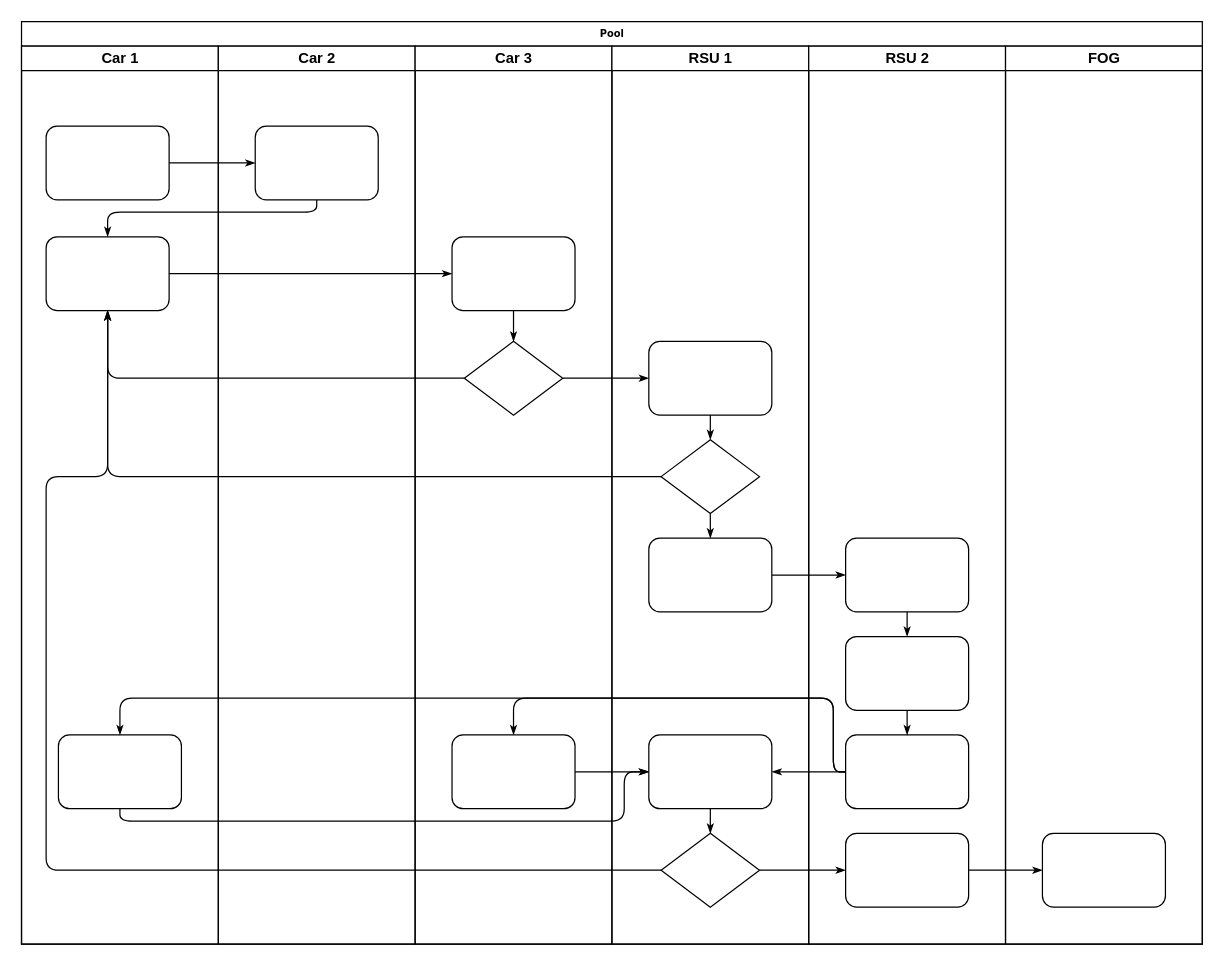
Before: .drawio in Gustominox/FOVNET, a draw.io diagram. Source tidied: cells renumbered, new cells numbered last; positions are measured from the earlier drawing's top-left corner, leaving out a move shared by most shapes. Both pictures are drawn from the tidied source at 123%, with x=0, y=0 at pixel (21, 21).
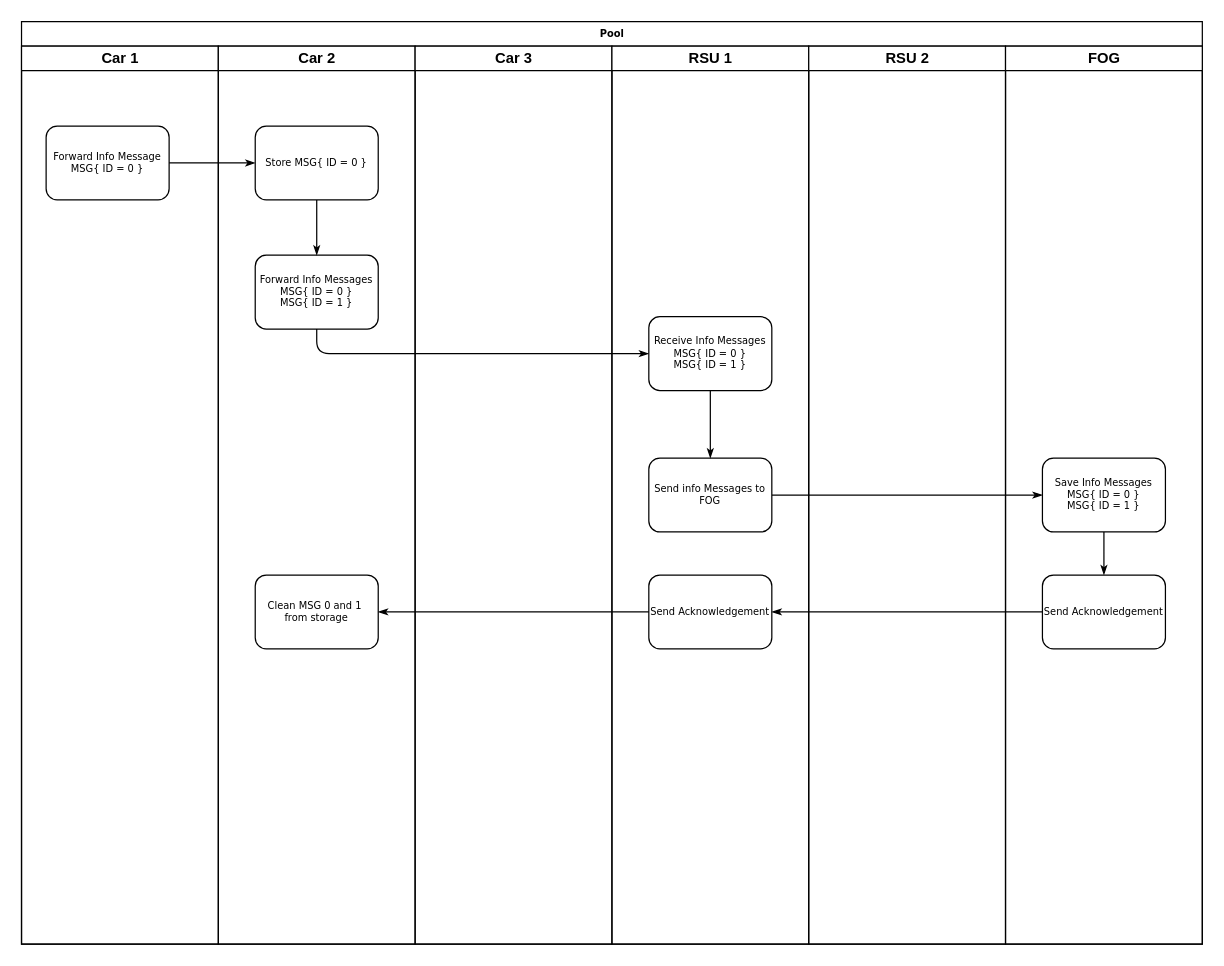
Above is the later version.

Commit message:
chore: update diagram for simple forward

The change refers to these unchanged cells:
```xml
<mxCell id="2" value="Pool" style="swimlane;html=1;startSize=20;rounded=0;shadow=0;labelBackgroundColor=none;strokeWidth=1;fontFamily=Verdana;fontSize=8;align=center;" parent="1" vertex="1">
  <mxGeometry width="960" height="750" as="geometry" />
</mxCell>
<mxCell id="3" value="Car 1" style="swimlane;html=1;startSize=20;" parent="2" vertex="1">
  <mxGeometry y="20" width="160" height="730" as="geometry" />
</mxCell>
<mxCell id="22" value="Car 2" style="swimlane;html=1;startSize=20;" parent="2" vertex="1">
  <mxGeometry x="160" y="20" width="160" height="730" as="geometry" />
</mxCell>
<mxCell id="24" value="Car 3" style="swimlane;html=1;startSize=20;" parent="2" vertex="1">
  <mxGeometry x="320" y="20" width="160" height="730" as="geometry" />
</mxCell>
<mxCell id="29" value="RSU 1" style="swimlane;html=1;startSize=20;" parent="2" vertex="1">
  <mxGeometry x="480" y="20" width="160" height="730" as="geometry" />
</mxCell>
<mxCell id="38" value="RSU 2" style="swimlane;html=1;startSize=20;" parent="2" vertex="1">
  <mxGeometry x="640" y="20" width="160" height="730" as="geometry" />
</mxCell>
<mxCell id="45" value="FOG" style="swimlane;html=1;startSize=20;" parent="2" vertex="1">
  <mxGeometry x="800" y="20" width="160" height="730" as="geometry" />
</mxCell>
```

The edit, as a diff of the source:
```diff
@@
-    <mxCell id="4" style="rounded=1;whiteSpace=wrap;html=1;shadow=0;labelBackgroundColor=none;strokeWidth=1;fontFamily=Verdana;fontSize=8;align=center;" parent="3" vertex="1">
+    <mxCell id="4" value="Forward Info Message&lt;br&gt;MSG{&amp;nbsp;&lt;span style=&quot;background-color: transparent; color: light-dark(rgb(0, 0, 0), rgb(255, 255, 255));&quot;&gt;ID = 0&amp;nbsp;&lt;/span&gt;&lt;span style=&quot;background-color: transparent; color: light-dark(rgb(0, 0, 0), rgb(255, 255, 255));&quot;&gt;}&lt;/span&gt;" style="rounded=1;whiteSpace=wrap;html=1;shadow=0;labelBackgroundColor=none;strokeWidth=1;fontFamily=Verdana;fontSize=8;align=center;" parent="3" vertex="1">
       <mxGeometry x="20" y="65" width="100" height="60" as="geometry" />
     </mxCell>
-    <mxCell id="5" style="rounded=1;whiteSpace=wrap;html=1;shadow=0;labelBackgroundColor=none;strokeWidth=1;fontFamily=Verdana;fontSize=8;align=center;" parent="3" vertex="1">
-      <mxGeometry x="20" y="155" width="100" height="60" as="geometry" />
-    </mxCell>
-    <mxCell id="6" style="rounded=1;whiteSpace=wrap;html=1;shadow=0;labelBackgroundColor=none;strokeWidth=1;fontFamily=Verdana;fontSize=8;align=center;" parent="3" vertex="1">
-      <mxGeometry x="30" y="560" width="100" height="60" as="geometry" />
-    </mxCell>
@@
-    <mxCell id="8" style="edgeStyle=orthogonalEdgeStyle;rounded=1;html=1;labelBackgroundColor=none;startArrow=none;startFill=0;startSize=5;endArrow=classicThin;endFill=1;endSize=5;jettySize=auto;strokeWidth=1;fontFamily=Verdana;fontSize=8;" parent="2" edge="1" source="23" target="5">
-      <mxGeometry relative="1" as="geometry">
-        <Array as="points">
-          <mxPoint x="240" y="155" />
-          <mxPoint x="70" y="155" />
-        </Array>
-      </mxGeometry>
-    </mxCell>
-    <mxCell id="9" style="edgeStyle=orthogonalEdgeStyle;rounded=1;html=1;labelBackgroundColor=none;startArrow=none;startFill=0;startSize=5;endArrow=classicThin;endFill=1;endSize=5;jettySize=auto;strokeWidth=1;fontFamily=Verdana;fontSize=8;" parent="2" edge="1" source="5" target="25">
-      <mxGeometry relative="1" as="geometry" />
-    </mxCell>
-    <mxCell id="10" style="edgeStyle=orthogonalEdgeStyle;rounded=1;html=1;labelBackgroundColor=none;startArrow=none;startFill=0;startSize=5;endArrow=classicThin;endFill=1;endSize=5;jettySize=auto;strokeWidth=1;fontFamily=Verdana;fontSize=8;" parent="2" edge="1" source="26" target="5">
-      <mxGeometry relative="1" as="geometry" />
-    </mxCell>
-    <mxCell id="11" style="edgeStyle=orthogonalEdgeStyle;rounded=1;html=1;labelBackgroundColor=none;startArrow=none;startFill=0;startSize=5;endArrow=classicThin;endFill=1;endSize=5;jettySize=auto;strokeWidth=1;fontFamily=Verdana;fontSize=8;" parent="2" edge="1" source="31" target="5">
-      <mxGeometry relative="1" as="geometry" />
-    </mxCell>
-    <mxCell id="12" style="edgeStyle=orthogonalEdgeStyle;rounded=1;html=1;labelBackgroundColor=none;startArrow=none;startFill=0;startSize=5;endArrow=classicThin;endFill=1;endSize=5;jettySize=auto;strokeWidth=1;fontFamily=Verdana;fontSize=8;" parent="2" edge="1" source="34" target="5">
-      <mxGeometry relative="1" as="geometry">
-        <Array as="points">
-          <mxPoint x="20" y="690" />
-          <mxPoint x="20" y="370" />
-          <mxPoint x="70" y="370" />
-        </Array>
-      </mxGeometry>
-    </mxCell>
-    <mxCell id="13" style="edgeStyle=orthogonalEdgeStyle;rounded=1;html=1;labelBackgroundColor=none;startArrow=none;startFill=0;startSize=5;endArrow=classicThin;endFill=1;endSize=5;jettySize=auto;strokeWidth=1;fontFamily=Verdana;fontSize=8;" parent="2" edge="1" source="26" target="30">
+    <mxCell id="13" style="edgeStyle=orthogonalEdgeStyle;rounded=1;html=1;labelBackgroundColor=none;startArrow=none;startFill=0;startSize=5;endArrow=classicThin;endFill=1;endSize=5;jettySize=auto;strokeWidth=1;fontFamily=Verdana;fontSize=8;exitX=0.5;exitY=1;exitDx=0;exitDy=0;" parent="2" edge="1" source="5" target="30">
       <mxGeometry relative="1" as="geometry" />
     </mxCell>
-    <mxCell id="14" style="edgeStyle=orthogonalEdgeStyle;rounded=1;html=1;labelBackgroundColor=none;startArrow=none;startFill=0;startSize=5;endArrow=classicThin;endFill=1;endSize=5;jettySize=auto;strokeWidth=1;fontFamily=Verdana;fontSize=8;" parent="2" edge="1" source="34" target="42">
-      <mxGeometry relative="1" as="geometry" />
-    </mxCell>
-    <mxCell id="15" style="edgeStyle=orthogonalEdgeStyle;rounded=1;html=1;labelBackgroundColor=none;startArrow=none;startFill=0;startSize=5;endArrow=classicThin;endFill=1;endSize=5;jettySize=auto;strokeWidth=1;fontFamily=Verdana;fontSize=8;" parent="2" edge="1" source="42" target="46">
-      <mxGeometry relative="1" as="geometry" />
-    </mxCell>
-    <mxCell id="16" style="edgeStyle=orthogonalEdgeStyle;rounded=1;html=1;labelBackgroundColor=none;startArrow=none;startFill=0;startSize=5;endArrow=classicThin;endFill=1;endSize=5;jettySize=auto;strokeWidth=1;fontFamily=Verdana;fontSize=8;" parent="2" edge="1" source="32" target="39">
+    <mxCell id="16" style="edgeStyle=orthogonalEdgeStyle;rounded=1;html=1;labelBackgroundColor=none;startArrow=none;startFill=0;startSize=5;endArrow=classicThin;endFill=1;endSize=5;jettySize=auto;strokeWidth=1;fontFamily=Verdana;fontSize=8;exitX=1;exitY=0.5;exitDx=0;exitDy=0;entryX=0;entryY=0.5;entryDx=0;entryDy=0;" parent="2" edge="1" source="47" target="49">
       <mxGeometry relative="1" as="geometry" />
     </mxCell>
-    <mxCell id="17" style="edgeStyle=orthogonalEdgeStyle;rounded=1;html=1;labelBackgroundColor=none;startArrow=none;startFill=0;startSize=5;endArrow=classicThin;endFill=1;endSize=5;jettySize=auto;strokeWidth=1;fontFamily=Verdana;fontSize=8;" parent="2" edge="1" source="41" target="27">
-      <mxGeometry relative="1" as="geometry">
-        <Array as="points">
-          <mxPoint x="660" y="610" />
-          <mxPoint x="660" y="550" />
-          <mxPoint x="400" y="550" />
-        </Array>
-      </mxGeometry>
-    </mxCell>
-    <mxCell id="18" style="edgeStyle=orthogonalEdgeStyle;rounded=1;html=1;labelBackgroundColor=none;startArrow=none;startFill=0;startSize=5;endArrow=classicThin;endFill=1;endSize=5;jettySize=auto;strokeColor=#000000;strokeWidth=1;fontFamily=Verdana;fontSize=8;fontColor=#000000;" parent="2" edge="1" source="41" target="33">
-      <mxGeometry relative="1" as="geometry" />
-    </mxCell>
-    <mxCell id="19" style="edgeStyle=orthogonalEdgeStyle;rounded=1;html=1;labelBackgroundColor=none;startArrow=none;startFill=0;startSize=5;endArrow=classicThin;endFill=1;endSize=5;jettySize=auto;strokeWidth=1;fontFamily=Verdana;fontSize=8;" parent="2" edge="1" source="41" target="6">
-      <mxGeometry relative="1" as="geometry">
-        <Array as="points">
-          <mxPoint x="660" y="610" />
-          <mxPoint x="660" y="550" />
-          <mxPoint x="80" y="550" />
-        </Array>
-      </mxGeometry>
-    </mxCell>
-    <mxCell id="20" style="edgeStyle=orthogonalEdgeStyle;rounded=1;html=1;labelBackgroundColor=none;startArrow=none;startFill=0;startSize=5;endArrow=classicThin;endFill=1;endSize=5;jettySize=auto;strokeWidth=1;fontFamily=Verdana;fontSize=8;" parent="2" edge="1" source="6" target="33">
-      <mxGeometry relative="1" as="geometry">
-        <Array as="points">
-          <mxPoint x="80" y="650" />
-          <mxPoint x="490" y="650" />
-          <mxPoint x="490" y="610" />
-        </Array>
-      </mxGeometry>
-    </mxCell>
-    <mxCell id="21" style="edgeStyle=orthogonalEdgeStyle;rounded=1;html=1;labelBackgroundColor=none;startArrow=none;startFill=0;startSize=5;endArrow=classicThin;endFill=1;endSize=5;jettySize=auto;strokeWidth=1;fontFamily=Verdana;fontSize=8;" parent="2" edge="1" source="27" target="33">
-      <mxGeometry relative="1" as="geometry" />
-    </mxCell>
@@
-    <mxCell id="23" style="rounded=1;whiteSpace=wrap;html=1;shadow=0;labelBackgroundColor=none;strokeWidth=1;fontFamily=Verdana;fontSize=8;align=center;" parent="22" vertex="1">
+    <mxCell id="23" value="Store MSG{&amp;nbsp;&lt;span style=&quot;color: light-dark(rgb(0, 0, 0), rgb(255, 255, 255)); background-color: transparent;&quot;&gt;ID = 0&amp;nbsp;&lt;/span&gt;&lt;span style=&quot;color: light-dark(rgb(0, 0, 0), rgb(255, 255, 255)); background-color: transparent;&quot;&gt;}&lt;/span&gt;" style="rounded=1;whiteSpace=wrap;html=1;shadow=0;labelBackgroundColor=none;strokeWidth=1;fontFamily=Verdana;fontSize=8;align=center;" parent="22" vertex="1">
       <mxGeometry x="30" y="65" width="100" height="60" as="geometry" />
     </mxCell>
+    <mxCell id="5" value="Forward Info Messages&lt;br&gt;MSG{&amp;nbsp;&lt;span style=&quot;color: light-dark(rgb(0, 0, 0), rgb(255, 255, 255)); background-color: transparent;&quot;&gt;ID = 0&amp;nbsp;&lt;/span&gt;&lt;span style=&quot;color: light-dark(rgb(0, 0, 0), rgb(255, 255, 255)); background-color: transparent;&quot;&gt;}&lt;/span&gt;&lt;div&gt;MSG{&amp;nbsp;&lt;span style=&quot;color: light-dark(rgb(0, 0, 0), rgb(255, 255, 255)); background-color: transparent;&quot;&gt;ID = 1&amp;nbsp;&lt;/span&gt;&lt;span style=&quot;color: light-dark(rgb(0, 0, 0), rgb(255, 255, 255)); background-color: transparent;&quot;&gt;}&lt;/span&gt;&lt;span style=&quot;color: light-dark(rgb(0, 0, 0), rgb(255, 255, 255)); background-color: transparent;&quot;&gt;&lt;/span&gt;&lt;/div&gt;" style="rounded=1;whiteSpace=wrap;html=1;shadow=0;labelBackgroundColor=none;strokeWidth=1;fontFamily=Verdana;fontSize=8;align=center;" parent="22" vertex="1">
+      <mxGeometry x="30" y="170" width="100" height="60" as="geometry" />
+    </mxCell>
+    <mxCell id="8" style="edgeStyle=orthogonalEdgeStyle;rounded=1;html=1;labelBackgroundColor=none;startArrow=none;startFill=0;startSize=5;endArrow=classicThin;endFill=1;endSize=5;jettySize=auto;strokeWidth=1;fontFamily=Verdana;fontSize=8;" parent="22" edge="1" source="23" target="5">
+      <mxGeometry relative="1" as="geometry">
+        <Array as="points">
+          <mxPoint x="80" y="160" />
+          <mxPoint x="80" y="160" />
+        </Array>
+      </mxGeometry>
+    </mxCell>
+    <mxCell id="6" value="Clean MSG 0 and 1&amp;nbsp;&lt;div&gt;from storage&lt;/div&gt;" style="rounded=1;whiteSpace=wrap;html=1;shadow=0;labelBackgroundColor=none;strokeWidth=1;fontFamily=Verdana;fontSize=8;align=center;" parent="22" vertex="1">
+      <mxGeometry x="30" y="430" width="100" height="60" as="geometry" />
+    </mxCell>
@@
-    <mxCell id="25" style="rounded=1;whiteSpace=wrap;html=1;shadow=0;labelBackgroundColor=none;strokeWidth=1;fontFamily=Verdana;fontSize=8;align=center;" parent="24" vertex="1">
-      <mxGeometry x="30" y="155" width="100" height="60" as="geometry" />
-    </mxCell>
-    <mxCell id="26" style="rhombus;whiteSpace=wrap;html=1;rounded=0;shadow=0;labelBackgroundColor=none;strokeWidth=1;fontFamily=Verdana;fontSize=8;align=center;" parent="24" vertex="1">
-      <mxGeometry x="40" y="240" width="80" height="60" as="geometry" />
-    </mxCell>
-    <mxCell id="27" style="rounded=1;whiteSpace=wrap;html=1;shadow=0;labelBackgroundColor=none;strokeWidth=1;fontFamily=Verdana;fontSize=8;align=center;" parent="24" vertex="1">
-      <mxGeometry x="30" y="560" width="100" height="60" as="geometry" />
-    </mxCell>
-    <mxCell id="28" style="edgeStyle=orthogonalEdgeStyle;rounded=1;html=1;labelBackgroundColor=none;startArrow=none;startFill=0;startSize=5;endArrow=classicThin;endFill=1;endSize=5;jettySize=auto;strokeWidth=1;fontFamily=Verdana;fontSize=8;" parent="24" edge="1" source="25" target="26">
-      <mxGeometry relative="1" as="geometry" />
-    </mxCell>
@@
-    <mxCell id="30" style="rounded=1;whiteSpace=wrap;html=1;shadow=0;labelBackgroundColor=none;strokeWidth=1;fontFamily=Verdana;fontSize=8;align=center;" parent="29" vertex="1">
-      <mxGeometry x="30" y="240" width="100" height="60" as="geometry" />
+    <mxCell id="30" value="Receive Info Messages&lt;br&gt;MSG{&amp;nbsp;&lt;span style=&quot;color: light-dark(rgb(0, 0, 0), rgb(255, 255, 255)); background-color: transparent;&quot;&gt;ID = 0&amp;nbsp;&lt;/span&gt;&lt;span style=&quot;color: light-dark(rgb(0, 0, 0), rgb(255, 255, 255)); background-color: transparent;&quot;&gt;}&lt;/span&gt;&lt;div&gt;MSG{&amp;nbsp;&lt;span style=&quot;color: light-dark(rgb(0, 0, 0), rgb(255, 255, 255)); background-color: transparent;&quot;&gt;ID = 1&amp;nbsp;&lt;/span&gt;&lt;span style=&quot;color: light-dark(rgb(0, 0, 0), rgb(255, 255, 255)); background-color: transparent;&quot;&gt;}&lt;/span&gt;&lt;/div&gt;" style="rounded=1;whiteSpace=wrap;html=1;shadow=0;labelBackgroundColor=none;strokeWidth=1;fontFamily=Verdana;fontSize=8;align=center;" parent="29" vertex="1">
+      <mxGeometry x="30" y="220" width="100" height="60" as="geometry" />
     </mxCell>
-    <mxCell id="31" style="rhombus;whiteSpace=wrap;html=1;rounded=0;shadow=0;labelBackgroundColor=none;strokeWidth=1;fontFamily=Verdana;fontSize=8;align=center;" parent="29" vertex="1">
-      <mxGeometry x="40" y="320" width="80" height="60" as="geometry" />
-    </mxCell>
-    <mxCell id="32" style="rounded=1;whiteSpace=wrap;html=1;shadow=0;labelBackgroundColor=none;strokeWidth=1;fontFamily=Verdana;fontSize=8;align=center;" parent="29" vertex="1">
-      <mxGeometry x="30" y="400" width="100" height="60" as="geometry" />
+    <mxCell id="32" value="Send Acknowledgement" style="rounded=1;whiteSpace=wrap;html=1;shadow=0;labelBackgroundColor=none;strokeWidth=1;fontFamily=Verdana;fontSize=8;align=center;" parent="29" vertex="1">
+      <mxGeometry x="30" y="430" width="100" height="60" as="geometry" />
     </mxCell>
-    <mxCell id="33" style="rounded=1;whiteSpace=wrap;html=1;shadow=0;labelBackgroundColor=none;strokeWidth=1;fontFamily=Verdana;fontSize=8;align=center;" parent="29" vertex="1">
-      <mxGeometry x="30" y="560" width="100" height="60" as="geometry" />
-    </mxCell>
-    <mxCell id="34" style="rhombus;whiteSpace=wrap;html=1;rounded=0;shadow=0;labelBackgroundColor=none;strokeWidth=1;fontFamily=Verdana;fontSize=8;align=center;" parent="29" vertex="1">
-      <mxGeometry x="40" y="640" width="80" height="60" as="geometry" />
-    </mxCell>
+    <mxCell id="47" value="Send info Messages to FOG" style="rounded=1;whiteSpace=wrap;html=1;shadow=0;labelBackgroundColor=none;strokeWidth=1;fontFamily=Verdana;fontSize=8;align=center;" parent="29" vertex="1">
+      <mxGeometry x="30" y="335" width="100" height="60" as="geometry" />
+    </mxCell>
-    <mxCell id="35" style="edgeStyle=orthogonalEdgeStyle;rounded=1;html=1;labelBackgroundColor=none;startArrow=none;startFill=0;startSize=5;endArrow=classicThin;endFill=1;endSize=5;jettySize=auto;strokeColor=#000000;strokeWidth=1;fontFamily=Verdana;fontSize=8;fontColor=#000000;" parent="29" edge="1" source="30" target="31">
+    <mxCell id="35" style="edgeStyle=orthogonalEdgeStyle;rounded=1;html=1;labelBackgroundColor=none;startArrow=none;startFill=0;startSize=5;endArrow=classicThin;endFill=1;endSize=5;jettySize=auto;strokeColor=#000000;strokeWidth=1;fontFamily=Verdana;fontSize=8;fontColor=#000000;entryX=0.5;entryY=0;entryDx=0;entryDy=0;" parent="29" edge="1" source="30" target="47">
       <mxGeometry relative="1" as="geometry" />
     </mxCell>
-    <mxCell id="36" style="edgeStyle=orthogonalEdgeStyle;rounded=1;html=1;labelBackgroundColor=none;startArrow=none;startFill=0;startSize=5;endArrow=classicThin;endFill=1;endSize=5;jettySize=auto;strokeWidth=1;fontFamily=Verdana;fontSize=8;" parent="29" edge="1" source="31" target="32">
-      <mxGeometry relative="1" as="geometry" />
-    </mxCell>
-    <mxCell id="37" style="edgeStyle=orthogonalEdgeStyle;rounded=1;html=1;labelBackgroundColor=none;startArrow=none;startFill=0;startSize=5;endArrow=classicThin;endFill=1;endSize=5;jettySize=auto;strokeWidth=1;fontFamily=Verdana;fontSize=8;" parent="29" edge="1" source="33" target="34">
-      <mxGeometry relative="1" as="geometry" />
-    </mxCell>
@@
-    <mxCell id="39" style="rounded=1;whiteSpace=wrap;html=1;shadow=0;labelBackgroundColor=none;strokeWidth=1;fontFamily=Verdana;fontSize=8;align=center;" parent="38" vertex="1">
-      <mxGeometry x="30" y="400" width="100" height="60" as="geometry" />
-    </mxCell>
-    <mxCell id="40" style="rounded=1;whiteSpace=wrap;html=1;shadow=0;labelBackgroundColor=none;strokeWidth=1;fontFamily=Verdana;fontSize=8;align=center;" parent="38" vertex="1">
-      <mxGeometry x="30" y="480" width="100" height="60" as="geometry" />
-    </mxCell>
-    <mxCell id="41" style="rounded=1;whiteSpace=wrap;html=1;shadow=0;labelBackgroundColor=none;strokeWidth=1;fontFamily=Verdana;fontSize=8;align=center;" parent="38" vertex="1">
-      <mxGeometry x="30" y="560" width="100" height="60" as="geometry" />
-    </mxCell>
-    <mxCell id="42" style="rounded=1;whiteSpace=wrap;html=1;shadow=0;labelBackgroundColor=none;strokeWidth=1;fontFamily=Verdana;fontSize=8;align=center;" parent="38" vertex="1">
-      <mxGeometry x="30" y="640" width="100" height="60" as="geometry" />
-    </mxCell>
-    <mxCell id="43" style="edgeStyle=orthogonalEdgeStyle;rounded=1;html=1;labelBackgroundColor=none;startArrow=none;startFill=0;startSize=5;endArrow=classicThin;endFill=1;endSize=5;jettySize=auto;strokeWidth=1;fontFamily=Verdana;fontSize=8;" parent="38" edge="1" source="39" target="40">
-      <mxGeometry relative="1" as="geometry" />
-    </mxCell>
-    <mxCell id="44" style="edgeStyle=orthogonalEdgeStyle;rounded=1;html=1;labelBackgroundColor=none;startArrow=none;startFill=0;startSize=5;endArrow=classicThin;endFill=1;endSize=5;jettySize=auto;strokeWidth=1;fontFamily=Verdana;fontSize=8;" parent="38" edge="1" source="40" target="41">
-      <mxGeometry relative="1" as="geometry" />
+    <mxCell id="44" style="edgeStyle=orthogonalEdgeStyle;rounded=1;html=1;labelBackgroundColor=none;startArrow=none;startFill=0;startSize=5;endArrow=classicThin;endFill=1;endSize=5;jettySize=auto;orthogonalLoop=1;strokeWidth=1;fontFamily=Verdana;fontSize=8;" parent="38" edge="1">
+      <mxGeometry relative="1" as="geometry">
+        <mxPoint x="80" y="620" as="sourcePoint" />
+        <mxPoint x="80" y="620" as="targetPoint" />
+      </mxGeometry>
     </mxCell>
@@
-    <mxCell id="46" style="rounded=1;whiteSpace=wrap;html=1;shadow=0;labelBackgroundColor=none;strokeWidth=1;fontFamily=Verdana;fontSize=8;align=center;" parent="45" vertex="1">
-      <mxGeometry x="30" y="640" width="100" height="60" as="geometry" />
-    </mxCell>
+    <mxCell id="48" style="edgeStyle=orthogonalEdgeStyle;rounded=1;jettySize=auto;html=1;entryX=0.5;entryY=0;entryDx=0;entryDy=0;strokeColor=default;strokeWidth=1;align=center;verticalAlign=middle;fontFamily=Verdana;fontSize=8;fontColor=default;labelBackgroundColor=none;startArrow=none;startFill=0;startSize=5;endArrow=classicThin;endFill=1;endSize=5;" parent="45" edge="1" source="49" target="50">
+      <mxGeometry relative="1" as="geometry" />
+    </mxCell>
+    <mxCell id="49" value="Save Info Messages&lt;br&gt;MSG{&amp;nbsp;&lt;span style=&quot;color: light-dark(rgb(0, 0, 0), rgb(255, 255, 255)); background-color: transparent;&quot;&gt;ID = 0&amp;nbsp;&lt;/span&gt;&lt;span style=&quot;color: light-dark(rgb(0, 0, 0), rgb(255, 255, 255)); background-color: transparent;&quot;&gt;}&lt;/span&gt;&lt;div&gt;MSG{&amp;nbsp;&lt;span style=&quot;color: light-dark(rgb(0, 0, 0), rgb(255, 255, 255)); background-color: transparent;&quot;&gt;ID = 1&amp;nbsp;&lt;/span&gt;&lt;span style=&quot;color: light-dark(rgb(0, 0, 0), rgb(255, 255, 255)); background-color: transparent;&quot;&gt;}&lt;/span&gt;&lt;/div&gt;" style="rounded=1;whiteSpace=wrap;html=1;shadow=0;labelBackgroundColor=none;strokeWidth=1;fontFamily=Verdana;fontSize=8;align=center;" parent="45" vertex="1">
+      <mxGeometry x="30" y="335" width="100" height="60" as="geometry" />
+    </mxCell>
+    <mxCell id="50" value="Send Acknowledgement" style="rounded=1;whiteSpace=wrap;html=1;shadow=0;labelBackgroundColor=none;strokeWidth=1;fontFamily=Verdana;fontSize=8;align=center;" parent="45" vertex="1">
+      <mxGeometry x="30" y="430" width="100" height="60" as="geometry" />
+    </mxCell>
+    <mxCell id="51" style="edgeStyle=orthogonalEdgeStyle;rounded=1;jettySize=auto;html=1;entryX=1;entryY=0.5;entryDx=0;entryDy=0;strokeColor=default;strokeWidth=1;align=center;verticalAlign=middle;fontFamily=Verdana;fontSize=8;fontColor=default;labelBackgroundColor=none;startArrow=none;startFill=0;startSize=5;endArrow=classicThin;endFill=1;endSize=5;" parent="2" edge="1" source="32" target="6">
+      <mxGeometry relative="1" as="geometry" />
+    </mxCell>
+    <mxCell id="52" style="edgeStyle=orthogonalEdgeStyle;rounded=1;jettySize=auto;html=1;entryX=1;entryY=0.5;entryDx=0;entryDy=0;strokeColor=default;strokeWidth=1;align=center;verticalAlign=middle;fontFamily=Verdana;fontSize=8;fontColor=default;labelBackgroundColor=none;startArrow=none;startFill=0;startSize=5;endArrow=classicThin;endFill=1;endSize=5;" parent="2" edge="1" source="50" target="32">
+      <mxGeometry relative="1" as="geometry" />
+    </mxCell>
```
